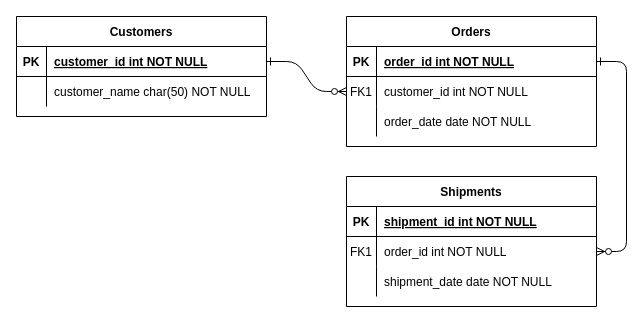
The draw.io diagram Untitled Diagram.drawio in r0901651/projectweek-test, before the edit. Source tidied: cells renumbered, new cells numbered last; positions are measured from the earlier drawing's top-left corner, leaving out a move shared by most shapes. Both pictures are drawn from the tidied source at 100%, with x=0, y=0 at pixel (16, 16).
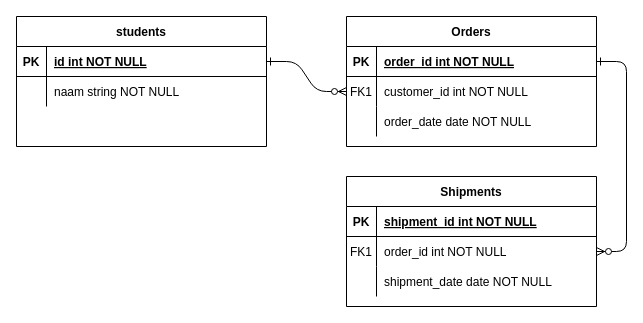
Above is the later version.

The change refers to these unchanged cells:
```xml
<mxCell id="25" style="shape=partialRectangle;fillColor=none;points=[[0,0.5],[1,0.5]];portConstraint=eastwest;top=0;left=0;right=0;bottom=1;" parent="24" vertex="1">
  <mxGeometry y="30" width="250" height="30" as="geometry" />
</mxCell>
<mxCell id="28" style="shape=partialRectangle;fillColor=none;top=0;left=0;right=0;bottom=0;" parent="24" vertex="1">
  <mxGeometry y="60" width="250" height="30" as="geometry" />
</mxCell>
```

Change to the diagram source:
```diff
@@
-    <mxCell id="24" value="Customers" style="shape=table;startSize=30;childLayout=tableLayout;rowLines=0;fontStyle=1;align=center;" parent="1" vertex="1">
-      <mxGeometry width="250" height="100" as="geometry" />
+    <mxCell id="24" value="students" style="shape=table;startSize=30;childLayout=tableLayout;rowLines=0;fontStyle=1;align=center;" parent="1" vertex="1">
+      <mxGeometry width="250" height="130" as="geometry" />
     </mxCell>
@@
-    <mxCell id="27" value="customer_id int NOT NULL " style="shape=partialRectangle;overflow=hidden;fillColor=none;top=0;left=0;bottom=0;right=0;align=left;spacingLeft=6;fontStyle=5;" parent="25" vertex="1">
+    <mxCell id="27" value="id int NOT NULL " style="shape=partialRectangle;overflow=hidden;fillColor=none;top=0;left=0;bottom=0;right=0;align=left;spacingLeft=6;fontStyle=5;" parent="25" vertex="1">
       <mxGeometry x="30" width="220" height="30" as="geometry" />
     </mxCell>
@@
-    <mxCell id="30" value="customer_name char(50) NOT NULL" style="shape=partialRectangle;overflow=hidden;fillColor=none;top=0;left=0;bottom=0;right=0;align=left;spacingLeft=6;" parent="28" vertex="1">
+    <mxCell id="30" value="naam string NOT NULL" style="shape=partialRectangle;overflow=hidden;fillColor=none;top=0;left=0;bottom=0;right=0;align=left;spacingLeft=6;" parent="28" vertex="1">
       <mxGeometry x="30" width="220" height="30" as="geometry" />
     </mxCell>
```
